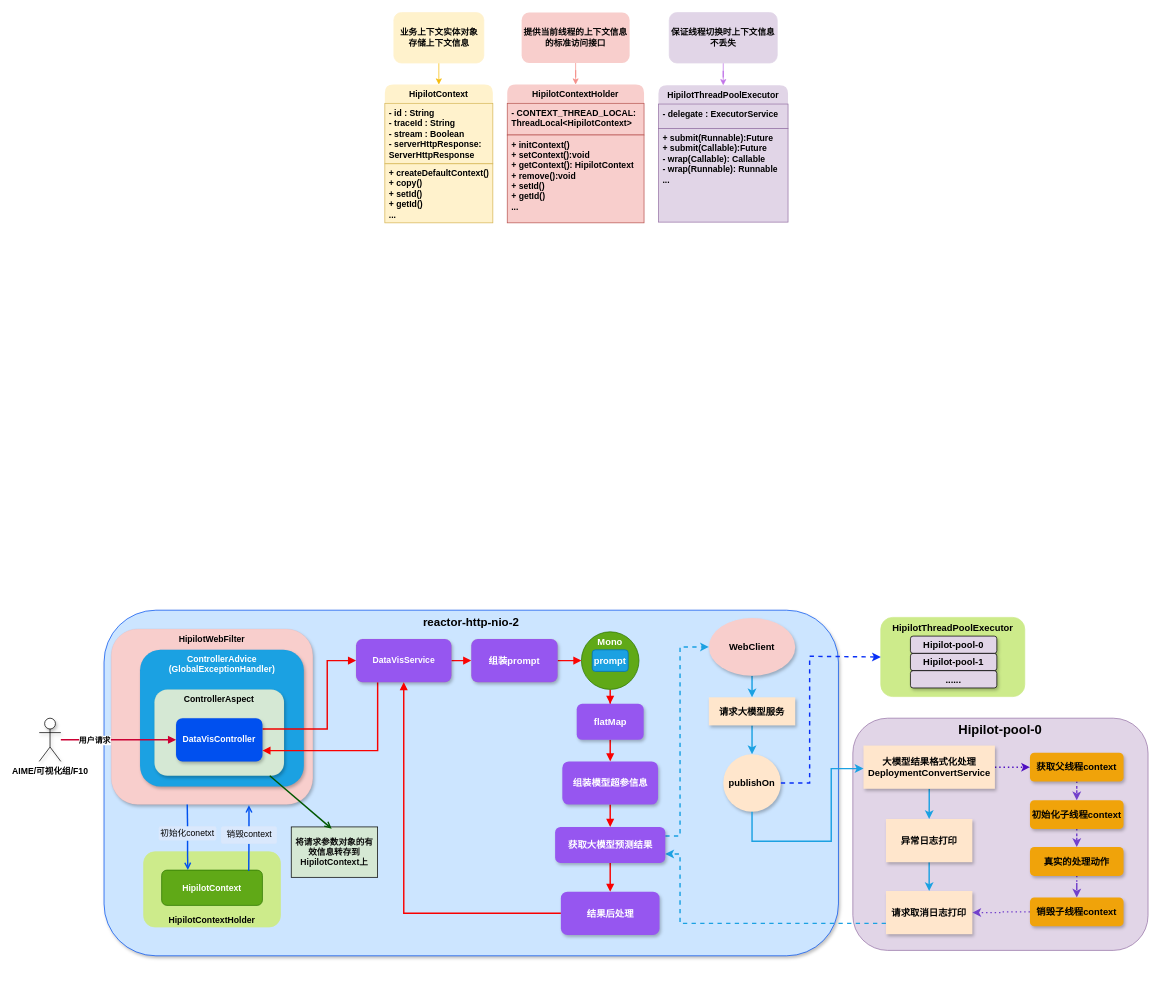
This is aigc-hipilot设计.drawio from msb8080/my-diagrams, a draw.io file, before an edit. Source tidied: cells renumbered, new cells numbered last; positions are measured from the earlier drawing's top-left corner, leaving out a move shared by most shapes. Both pictures are drawn from the tidied source at 72%, with x=0, y=0 at pixel (39, 12).
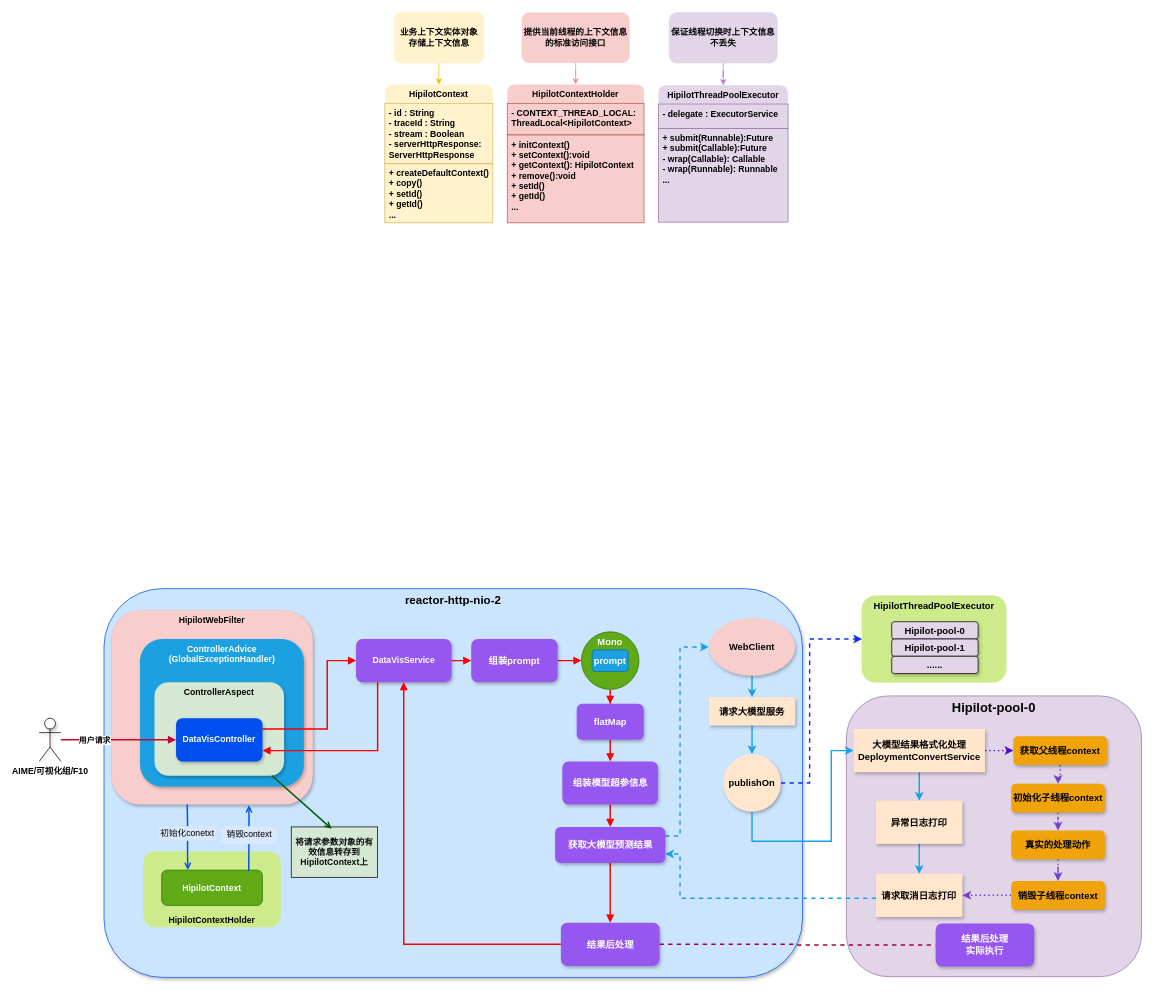
The same diagram, later.

The change refers to these unchanged cells:
```xml
<mxCell id="39" value="publishOn" style="ellipse;whiteSpace=wrap;html=1;fontStyle=1;fillColor=#ffe6cc;strokeColor=none;shadow=1;fontSize=13;" parent="1" vertex="1">
  <mxGeometry x="950" y="1030" width="80" height="80" as="geometry" />
</mxCell>
<mxCell id="66" value="获取大模型预测结果" style="whiteSpace=wrap;html=1;rounded=1;fontStyle=1;fillColor=#9656f0;fontColor=#ffffff;strokeColor=none;shadow=1;fontSize=13;" parent="1" vertex="1">
  <mxGeometry x="716.5" y="1131" width="153" height="50" as="geometry" />
</mxCell>
```

What changed in the source:
```diff
@@
     <mxCell id="2" value="Hipilot-pool-0" style="rounded=1;whiteSpace=wrap;html=1;verticalAlign=top;align=center;fontSize=18;fontStyle=1;fillColor=#e1d5e7;strokeColor=#9673a6;" parent="1" vertex="1">
-      <mxGeometry x="1130" y="980" width="410" height="322.5" as="geometry" />
+      <mxGeometry x="1121" y="949" width="410" height="390" as="geometry" />
     </mxCell>
     <mxCell id="3" value="reactor-http-nio-2" style="rounded=1;whiteSpace=wrap;html=1;align=center;verticalAlign=top;fontSize=16;fontStyle=1;fillColor=#cce5ff;strokeColor=#0050ef;shadow=1;labelBackgroundColor=#cce5ff;" parent="1" vertex="1">
-      <mxGeometry x="90" y="830" width="1020" height="480" as="geometry" />
+      <mxGeometry x="90" y="800" width="970" height="540" as="geometry" />
     </mxCell>
@@
     <mxCell id="19" value="HipilotWebFilter" style="rounded=1;whiteSpace=wrap;html=1;fillColor=#f8cecc;strokeColor=#b85450;verticalAlign=top;strokeWidth=0;dashed=1;fontStyle=1;shadow=1;" parent="1" vertex="1">
-      <mxGeometry x="100" y="856" width="280" height="244" as="geometry" />
+      <mxGeometry x="100" y="830" width="280" height="270" as="geometry" />
     </mxCell>
@@
     <mxCell id="23" value="ControllerAdvice&lt;br&gt;(GlobalExceptionHandler)" style="rounded=1;whiteSpace=wrap;html=1;fillColor=#1ba1e2;strokeColor=#006EAF;verticalAlign=top;strokeWidth=0;dashed=1;fontColor=#ffffff;fontStyle=1;shadow=1;" parent="1" vertex="1">
-      <mxGeometry x="140" y="885" width="227.5" height="190" as="geometry" />
+      <mxGeometry x="140" y="870" width="227.5" height="205" as="geometry" />
     </mxCell>
     <mxCell id="24" value="ControllerAspect" style="rounded=1;whiteSpace=wrap;html=1;fillColor=#d5e8d4;strokeColor=#82b366;verticalAlign=top;strokeWidth=0;dashed=1;fontStyle=1;shadow=1;" parent="1" vertex="1">
-      <mxGeometry x="160" y="940" width="180" height="120" as="geometry" />
+      <mxGeometry x="160" y="930" width="180" height="130" as="geometry" />
     </mxCell>
@@
     <mxCell id="40" value="HipilotThreadPoolExecutor" style="rounded=1;whiteSpace=wrap;html=1;verticalAlign=top;fillColor=#cdeb8b;strokeColor=#cdeb8b;fontStyle=1;fontSize=13;" parent="1" vertex="1">
-      <mxGeometry x="1168.8" y="840" width="200" height="110" as="geometry" />
+      <mxGeometry x="1142.8" y="810" width="200" height="120" as="geometry" />
     </mxCell>
     <mxCell id="41" style="edgeStyle=orthogonalEdgeStyle;rounded=0;jettySize=auto;html=1;dashed=1;fontStyle=1;fontSize=13;strokeColor=#0930f6;exitX=1;exitY=0.5;exitDx=0;exitDy=0;strokeWidth=2;entryX=0;entryY=0.5;entryDx=0;entryDy=0;" parent="1" edge="1" source="39" target="40">
       <mxGeometry relative="1" as="geometry">
         <Array as="points">
           <mxPoint x="1070" y="1070" />
-          <mxPoint x="1070" y="894" />
-          <mxPoint x="1169" y="894" />
+          <mxPoint x="1070" y="870" />
         </Array>
       </mxGeometry>
     </mxCell>
     <mxCell id="42" value="Hipilot-pool-0" style="rounded=1;whiteSpace=wrap;html=1;fillColor=#e1d5e7;strokeColor=default;fontStyle=1;shadow=1;fontSize=13;" parent="1" vertex="1">
-      <mxGeometry x="1210" y="866" width="120" height="24" as="geometry" />
+      <mxGeometry x="1184" y="846" width="120" height="24" as="geometry" />
     </mxCell>
     <mxCell id="43" value="Hipilot-pool-1" style="rounded=1;whiteSpace=wrap;html=1;fillColor=#e1d5e7;strokeColor=default;fontStyle=1;shadow=1;fontSize=13;" parent="1" vertex="1">
-      <mxGeometry x="1210" y="890" width="120" height="24" as="geometry" />
+      <mxGeometry x="1184" y="870" width="120" height="24" as="geometry" />
     </mxCell>
     <mxCell id="44" value="......" style="rounded=1;whiteSpace=wrap;html=1;fillColor=#e1d5e7;strokeColor=default;fontStyle=1;shadow=1;fontSize=13;" parent="1" vertex="1">
-      <mxGeometry x="1210" y="914" width="120" height="24" as="geometry" />
+      <mxGeometry x="1184" y="894" width="120" height="24" as="geometry" />
     </mxCell>
@@
     <mxCell id="47" value="大模型结果格式化处理&lt;br style=&quot;font-size: 13px;&quot;&gt;DeploymentConvertService" style="whiteSpace=wrap;html=1;fontStyle=1;fillColor=#ffe6cc;strokeColor=none;shadow=1;fontSize=13;" parent="1" vertex="1">
-      <mxGeometry x="1144.8" y="1018" width="182.5" height="60" as="geometry" />
+      <mxGeometry x="1131" y="995" width="182.5" height="60" as="geometry" />
     </mxCell>
@@
     <mxCell id="49" value="异常日志打印" style="whiteSpace=wrap;html=1;fontStyle=1;fillColor=#ffe6cc;strokeColor=none;shadow=1;fontSize=13;" parent="1" vertex="1">
-      <mxGeometry x="1176" y="1120" width="120" height="60" as="geometry" />
+      <mxGeometry x="1162.2" y="1094.5" width="120" height="60" as="geometry" />
     </mxCell>
     <mxCell id="50" style="edgeStyle=orthogonalEdgeStyle;rounded=0;jettySize=auto;html=1;entryX=1;entryY=0.75;entryDx=0;entryDy=0;dashed=1;fontStyle=1;strokeWidth=2;strokeColor=#1ba1e2;" parent="1" edge="1" source="51" target="66">
       <mxGeometry relative="1" as="geometry">
         <Array as="points">
-          <mxPoint x="890" y="1265" />
+          <mxPoint x="1170" y="1233" />
+          <mxPoint x="1170" y="1230" />
+          <mxPoint x="890" y="1230" />
           <mxPoint x="890" y="1169" />
         </Array>
       </mxGeometry>
     </mxCell>
     <mxCell id="51" value="请求取消日志打印" style="whiteSpace=wrap;html=1;fontStyle=1;fillColor=#ffe6cc;strokeColor=none;shadow=1;fontSize=13;" parent="1" vertex="1">
-      <mxGeometry x="1176" y="1220" width="120" height="60" as="geometry" />
+      <mxGeometry x="1162.2" y="1196" width="120" height="60" as="geometry" />
     </mxCell>
@@
     <mxCell id="53" value="真实的处理动作" style="rounded=1;whiteSpace=wrap;html=1;fontStyle=1;fillColor=#f0a30a;fontColor=#000000;strokeColor=none;shadow=1;fontSize=13;" parent="1" vertex="1">
-      <mxGeometry x="1376" y="1159" width="130" height="40" as="geometry" />
+      <mxGeometry x="1350" y="1136" width="130" height="40" as="geometry" />
     </mxCell>
@@
     <mxCell id="55" value="获取父线程context" style="rounded=1;whiteSpace=wrap;html=1;fontStyle=1;fillColor=#f0a30a;strokeColor=none;fontColor=#000000;shadow=1;fontSize=13;" parent="1" vertex="1">
-      <mxGeometry x="1376" y="1028" width="130" height="40" as="geometry" />
+      <mxGeometry x="1353" y="1005" width="130" height="40" as="geometry" />
     </mxCell>
@@
     <mxCell id="57" value="初始化子线程context" style="rounded=1;whiteSpace=wrap;html=1;fontStyle=1;fillColor=#f0a30a;fontColor=#000000;strokeColor=none;shadow=1;fontSize=13;" parent="1" vertex="1">
-      <mxGeometry x="1376" y="1094" width="130" height="40" as="geometry" />
+      <mxGeometry x="1350" y="1071" width="130" height="40" as="geometry" />
     </mxCell>
@@
     <mxCell id="59" value="销毁子线程context" style="whiteSpace=wrap;html=1;rounded=1;fontStyle=1;fillColor=#f0a30a;fontColor=#000000;strokeColor=none;shadow=1;fontSize=13;" parent="1" vertex="1">
-      <mxGeometry x="1376" y="1229" width="130" height="40" as="geometry" />
+      <mxGeometry x="1350" y="1206" width="130" height="40" as="geometry" />
     </mxCell>
@@
+    <mxCell id="80" style="edgeStyle=orthogonalEdgeStyle;rounded=0;jettySize=auto;html=1;entryX=0;entryY=0.5;entryDx=0;entryDy=0;endArrow=none;endFill=0;fillColor=#d80073;strokeColor=#A50040;dashed=1;strokeWidth=2;" parent="1" edge="1" source="68" target="81">
+      <mxGeometry relative="1" as="geometry" />
+    </mxCell>
     <mxCell id="68" value="结果后处理" style="whiteSpace=wrap;html=1;rounded=1;fontStyle=1;fillColor=#9656f0;fontColor=#ffffff;strokeColor=none;shadow=1;fontSize=13;" parent="1" vertex="1">
-      <mxGeometry x="724.5" y="1221" width="137" height="60" as="geometry" />
+      <mxGeometry x="724.5" y="1264" width="137" height="60" as="geometry" />
     </mxCell>
@@
     <mxCell id="79" style="edgeStyle=orthogonalEdgeStyle;rounded=0;jettySize=auto;html=1;fontStyle=1;strokeWidth=2;strokeColor=#1ba1e2;fontSize=13;exitX=0.5;exitY=1;exitDx=0;exitDy=0;" parent="1" edge="1" source="39" target="47">
       <mxGeometry relative="1" as="geometry">
         <Array as="points">
           <mxPoint x="990" y="1151" />
           <mxPoint x="1100" y="1151" />
-          <mxPoint x="1100" y="1050" />
+          <mxPoint x="1100" y="1025" />
         </Array>
       </mxGeometry>
     </mxCell>
+    <mxCell id="81" value="结果后处理&lt;br&gt;实际执行" style="whiteSpace=wrap;html=1;rounded=1;fontStyle=1;fillColor=#9656f0;fontColor=#ffffff;strokeColor=none;shadow=1;fontSize=13;" parent="1" vertex="1">
+      <mxGeometry x="1245" y="1265" width="137" height="60" as="geometry" />
+    </mxCell>
```
